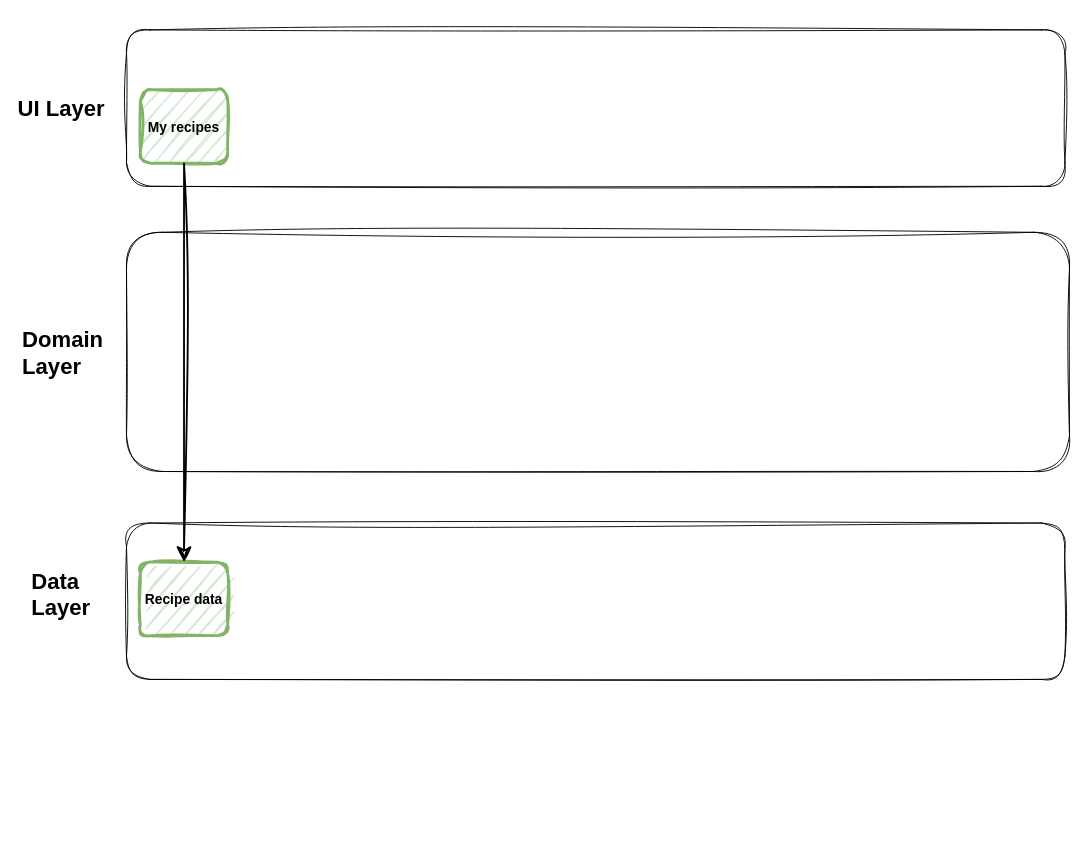
Above: page "Page-1" (1 of 3) of ArchitectureDiagram.drawio in commit-crimes/shelf-life (draw.io), before the change. Source tidied: cells renumbered, new cells numbered last; positions are measured from the earlier drawing's top-left corner, leaving out a move shared by most shapes. Both pictures are drawn from the tidied source at 92%, with x=0, y=0 at pixel (16, 29).
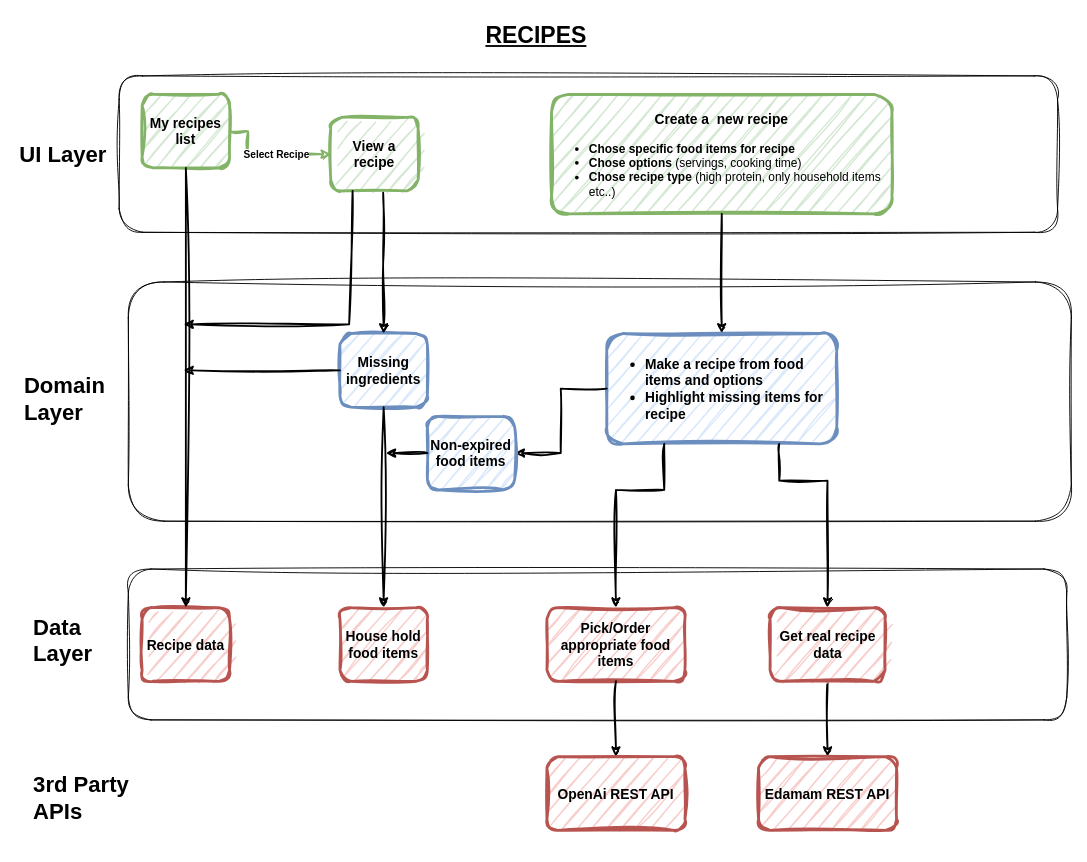
After the change.

Commit message:
docs: finish Architecture Diagram Recipes page

Change to the diagram source:
```diff
@@
     <mxCell id="2" style="rounded=1;whiteSpace=wrap;html=1;sketch=1;curveFitting=1;jiggle=2;" parent="1" vertex="1">
-      <mxGeometry x="120" width="1020" height="170" as="geometry" />
+      <mxGeometry x="112" y="50" width="1020" height="170" as="geometry" />
     </mxCell>
     <mxCell id="3" value="&lt;h1 style=&quot;margin-top: 0px;&quot;&gt;&lt;font&gt;UI Layer&lt;/font&gt;&lt;/h1&gt;" style="text;html=1;whiteSpace=wrap;overflow=hidden;rounded=0;sketch=1;curveFitting=1;jiggle=2;fontFamily=Helvetica;" parent="1" vertex="1">
-      <mxGeometry y="65" width="160" height="40" as="geometry" />
+      <mxGeometry x="2" y="115" width="160" height="40" as="geometry" />
     </mxCell>
     <mxCell id="4" style="rounded=1;whiteSpace=wrap;html=1;sketch=1;curveFitting=1;jiggle=2;" parent="1" vertex="1">
-      <mxGeometry x="120" y="220" width="1025" height="260" as="geometry" />
+      <mxGeometry x="122" y="274" width="1025" height="260" as="geometry" />
     </mxCell>
     <mxCell id="5" value="&lt;h1 style=&quot;margin-top: 0px;&quot;&gt;Domain Layer&lt;/h1&gt;" style="text;html=1;whiteSpace=wrap;overflow=hidden;rounded=0;" parent="1" vertex="1">
-      <mxGeometry x="5" y="316" width="160" height="76" as="geometry" />
+      <mxGeometry x="7" y="366" width="160" height="76" as="geometry" />
     </mxCell>
     <mxCell id="6" style="rounded=1;whiteSpace=wrap;html=1;sketch=1;curveFitting=1;jiggle=2;" parent="1" vertex="1">
-      <mxGeometry x="120" y="536" width="1020" height="170" as="geometry" />
+      <mxGeometry x="122" y="586" width="1020" height="164" as="geometry" />
     </mxCell>
     <mxCell id="7" value="&lt;h1 style=&quot;margin-top: 0px;&quot;&gt;Data Layer&amp;nbsp;&lt;/h1&gt;" style="text;html=1;whiteSpace=wrap;overflow=hidden;rounded=0;" parent="1" vertex="1">
-      <mxGeometry x="15" y="578.5" width="120" height="85" as="geometry" />
+      <mxGeometry x="17" y="628.5" width="120" height="85" as="geometry" />
     </mxCell>
+    <mxCell id="11" style="edgeStyle=orthogonalEdgeStyle;rounded=0;jettySize=auto;html=1;entryX=0;entryY=0.5;entryDx=0;entryDy=0;strokeWidth=2;fillColor=#d5e8d4;strokeColor=#82b366;sketch=1;curveFitting=1;jiggle=2;" parent="1" edge="1" source="8" target="13">
+      <mxGeometry relative="1" as="geometry">
+        <Array as="points">
+          <mxPoint x="252" y="110" />
+          <mxPoint x="252" y="135" />
+        </Array>
+      </mxGeometry>
+    </mxCell>
+    <mxCell id="12" value="&lt;b&gt;Select Recipe&lt;/b&gt;" style="edgeLabel;html=1;align=center;verticalAlign=middle;" parent="11" vertex="1">
+      <mxGeometry x="-0.29" relative="1" as="geometry">
+        <mxPoint x="27" as="offset" />
+      </mxGeometry>
+    </mxCell>
-    <mxCell id="8" value="&lt;h3 style=&quot;font-size: 15px;&quot;&gt;My recipes&lt;/h3&gt;" style="rounded=1;whiteSpace=wrap;html=1;fillColor=#d5e8d4;strokeColor=#82b366;fillStyle=hatch;strokeWidth=3;perimeterSpacing=0;sketch=1;curveFitting=1;jiggle=2;" parent="1" vertex="1">
-      <mxGeometry x="135" y="65" width="95" height="80" as="geometry" />
+    <mxCell id="8" value="&lt;h3 style=&quot;font-size: 15px;&quot;&gt;My recipes list&lt;/h3&gt;" style="rounded=1;whiteSpace=wrap;html=1;fillColor=#d5e8d4;strokeColor=#82b366;fillStyle=hatch;strokeWidth=3;perimeterSpacing=0;sketch=1;curveFitting=1;jiggle=2;" parent="1" vertex="1">
+      <mxGeometry x="137" y="70" width="95" height="80" as="geometry" />
     </mxCell>
-    <mxCell id="9" value="&lt;h3 style=&quot;font-size: 15px;&quot;&gt;Recipe data&lt;/h3&gt;" style="rounded=1;whiteSpace=wrap;html=1;fillColor=#d5e8d4;strokeColor=#82b366;fillStyle=hatch;strokeWidth=3;perimeterSpacing=0;sketch=1;curveFitting=1;jiggle=2;" parent="1" vertex="1">
-      <mxGeometry x="135" y="578.5" width="95" height="80" as="geometry" />
+    <mxCell id="9" value="&lt;h3 style=&quot;font-size: 15px;&quot;&gt;Recipe data&lt;/h3&gt;" style="rounded=1;whiteSpace=wrap;html=1;fillColor=#f8cecc;strokeColor=#b85450;fillStyle=hatch;strokeWidth=3;perimeterSpacing=0;sketch=1;curveFitting=1;jiggle=2;" parent="1" vertex="1">
+      <mxGeometry x="137" y="628" width="95" height="80" as="geometry" />
     </mxCell>
-    <mxCell id="10" style="endArrow=classic;html=1;rounded=0;exitX=0.5;exitY=1;exitDx=0;exitDy=0;entryX=0.5;entryY=0;entryDx=0;entryDy=0;spacingTop=0;fontSize=1;horizontal=1;strokeWidth=2;targetPerimeterSpacing=0;endSize=12;startSize=5;jumpSize=6;sketch=1;curveFitting=1;jiggle=2;" parent="1" edge="1" source="8" target="9">
+    <mxCell id="10" style="endArrow=classic;html=1;rounded=0;entryX=0.5;entryY=0;entryDx=0;entryDy=0;spacingTop=0;fontSize=1;horizontal=1;strokeWidth=2;endSize=6;startSize=5;jumpSize=6;sketch=1;curveFitting=1;jiggle=2;exitX=0.5;exitY=1;exitDx=0;exitDy=0;sourcePerimeterSpacing=0;" parent="1" edge="1" source="8" target="9">
       <mxGeometry relative="1" as="geometry" />
     </mxCell>
+    <mxCell id="13" value="&lt;h3 style=&quot;font-size: 15px;&quot;&gt;View a recipe&lt;/h3&gt;" style="rounded=1;whiteSpace=wrap;html=1;fillColor=#d5e8d4;strokeColor=#82b366;fillStyle=hatch;strokeWidth=3;perimeterSpacing=0;sketch=1;curveFitting=1;jiggle=2;" parent="1" vertex="1">
+      <mxGeometry x="342" y="95" width="95" height="80" as="geometry" />
+    </mxCell>
+    <mxCell id="14" value="&lt;h3 style=&quot;font-size: 15px;&quot;&gt;Missing ingredients&lt;/h3&gt;" style="rounded=1;whiteSpace=wrap;html=1;fillColor=#dae8fc;strokeColor=#6c8ebf;fillStyle=hatch;strokeWidth=3;perimeterSpacing=0;sketch=1;curveFitting=1;jiggle=2;" parent="1" vertex="1">
+      <mxGeometry x="352" y="330" width="95" height="80" as="geometry" />
+    </mxCell>
+    <mxCell id="15" style="edgeStyle=orthogonalEdgeStyle;rounded=0;jettySize=auto;html=1;strokeWidth=2;sketch=1;curveFitting=1;jiggle=2;exitX=0.5;exitY=1;exitDx=0;exitDy=0;" parent="1" edge="1" source="14" target="16">
+      <mxGeometry relative="1" as="geometry" />
+    </mxCell>
+    <mxCell id="16" value="&lt;h3 style=&quot;font-size: 15px;&quot;&gt;House hold food items&lt;/h3&gt;" style="rounded=1;whiteSpace=wrap;html=1;fillColor=#f8cecc;strokeColor=#b85450;fillStyle=hatch;strokeWidth=3;perimeterSpacing=0;sketch=1;curveFitting=1;jiggle=2;" parent="1" vertex="1">
+      <mxGeometry x="352" y="628" width="95" height="80" as="geometry" />
+    </mxCell>
+    <mxCell id="17" value="&lt;h3 style=&quot;font-size: 15px;&quot;&gt;Create a&amp;nbsp; new recipe&lt;/h3&gt;&lt;div style=&quot;font-size: 13px;&quot;&gt;&lt;ul style=&quot;font-weight: 700;&quot;&gt;&lt;li style=&quot;text-align: left;&quot;&gt;Chose specific food items for recipe&lt;/li&gt;&lt;li style=&quot;text-align: left;&quot;&gt;Chose options&amp;nbsp;&lt;span style=&quot;font-weight: normal;&quot;&gt;(servings, cooking time)&lt;/span&gt;&lt;/li&gt;&lt;li style=&quot;text-align: left;&quot;&gt;Chose recipe type&amp;nbsp;&lt;span style=&quot;font-weight: normal;&quot;&gt;(high protein, only household items etc..)&lt;/span&gt;&lt;/li&gt;&lt;/ul&gt;&lt;/div&gt;" style="rounded=1;whiteSpace=wrap;html=1;fillColor=#d5e8d4;strokeColor=#82b366;fillStyle=hatch;strokeWidth=3;perimeterSpacing=0;sketch=1;curveFitting=1;jiggle=2;" parent="1" vertex="1">
+      <mxGeometry x="582" y="70" width="370" height="130" as="geometry" />
+    </mxCell>
+    <mxCell id="18" style="edgeStyle=orthogonalEdgeStyle;rounded=0;jettySize=auto;html=1;strokeWidth=2;sketch=1;curveFitting=1;jiggle=2;exitX=0.5;exitY=1;exitDx=0;exitDy=0;" parent="1" edge="1" source="17" target="19">
+      <mxGeometry relative="1" as="geometry" />
+    </mxCell>
+    <mxCell id="19" value="&lt;h3 style=&quot;font-size: 15px;&quot;&gt;&lt;div style=&quot;&quot;&gt;&lt;ul&gt;&lt;li&gt;Make a recipe from food items and options&lt;/li&gt;&lt;li&gt;Highlight missing items for recipe&lt;/li&gt;&lt;/ul&gt;&lt;/div&gt;&lt;/h3&gt;" style="rounded=1;whiteSpace=wrap;html=1;fillColor=#dae8fc;strokeColor=#6c8ebf;fillStyle=hatch;strokeWidth=3;perimeterSpacing=0;sketch=1;curveFitting=1;jiggle=2;align=left;" parent="1" vertex="1">
+      <mxGeometry x="642" y="330" width="250" height="120" as="geometry" />
+    </mxCell>
+    <mxCell id="20" style="endArrow=classic;html=1;rounded=0;sketch=1;curveFitting=1;jiggle=2;strokeWidth=2;exitX=0;exitY=0.5;exitDx=0;exitDy=0;" parent="1" edge="1" source="14">
+      <mxGeometry relative="1" as="geometry">
+        <mxPoint x="182" y="370" as="targetPoint" />
+      </mxGeometry>
+    </mxCell>
+    <mxCell id="21" style="endArrow=classic;html=1;rounded=0;entryX=0.25;entryY=1;entryDx=0;entryDy=0;strokeWidth=2;sketch=1;curveFitting=1;jiggle=2;exitX=0.25;exitY=1;exitDx=0;exitDy=0;" parent="1" edge="1" source="13">
+      <mxGeometry relative="1" as="geometry">
+        <mxPoint x="182" y="320" as="targetPoint" />
+        <Array as="points">
+          <mxPoint x="362" y="320" />
+        </Array>
+      </mxGeometry>
+    </mxCell>
+    <mxCell id="22" style="edgeStyle=orthogonalEdgeStyle;rounded=0;jettySize=auto;html=1;strokeWidth=2;sketch=1;curveFitting=1;jiggle=2;exitX=0.6;exitY=1.025;exitDx=0;exitDy=0;exitPerimeter=0;" parent="1" edge="1" source="13" target="14">
+      <mxGeometry relative="1" as="geometry" />
+    </mxCell>
+    <mxCell id="23" style="edgeStyle=orthogonalEdgeStyle;rounded=0;jettySize=auto;html=1;strokeWidth=2;sketch=1;curveFitting=1;jiggle=2;exitX=0.25;exitY=1;exitDx=0;exitDy=0;" parent="1" edge="1" source="19" target="24">
+      <mxGeometry relative="1" as="geometry">
+        <Array as="points">
+          <mxPoint x="705" y="500" />
+          <mxPoint x="652" y="500" />
+        </Array>
+      </mxGeometry>
+    </mxCell>
+    <mxCell id="24" value="&lt;h3 style=&quot;font-size: 15px;&quot;&gt;&lt;span style=&quot;text-align: left;&quot;&gt;Pick/Order appropriate food items&lt;/span&gt;&lt;br&gt;&lt;/h3&gt;" style="rounded=1;whiteSpace=wrap;html=1;fillColor=#f8cecc;strokeColor=#b85450;fillStyle=hatch;strokeWidth=3;perimeterSpacing=0;sketch=1;curveFitting=1;jiggle=2;" parent="1" vertex="1">
+      <mxGeometry x="577" y="628" width="150" height="80" as="geometry" />
+    </mxCell>
+    <mxCell id="25" value="&lt;h1 style=&quot;margin-top: 0px;&quot;&gt;3rd Party APIs&lt;/h1&gt;" style="text;html=1;whiteSpace=wrap;overflow=hidden;rounded=0;" parent="1" vertex="1">
+      <mxGeometry x="17" y="800" width="120" height="85" as="geometry" />
+    </mxCell>
+    <mxCell id="26" style="edgeStyle=orthogonalEdgeStyle;rounded=0;jettySize=auto;html=1;strokeWidth=2;sketch=1;curveFitting=1;jiggle=2;exitX=0.5;exitY=1;exitDx=0;exitDy=0;" parent="1" edge="1" source="24" target="27">
+      <mxGeometry relative="1" as="geometry" />
+    </mxCell>
+    <mxCell id="27" value="&lt;h3 style=&quot;font-size: 15px;&quot;&gt;OpenAi REST API&lt;/h3&gt;" style="rounded=1;whiteSpace=wrap;html=1;fillColor=#f8cecc;strokeColor=#b85450;fillStyle=hatch;strokeWidth=3;perimeterSpacing=0;sketch=1;curveFitting=1;jiggle=2;" parent="1" vertex="1">
+      <mxGeometry x="577" y="790" width="150" height="80" as="geometry" />
+    </mxCell>
+    <mxCell id="28" style="edgeStyle=orthogonalEdgeStyle;rounded=0;jettySize=auto;html=1;strokeWidth=2;sketch=1;curveFitting=1;jiggle=2;exitX=0.5;exitY=1;exitDx=0;exitDy=0;" parent="1" edge="1" source="31" target="29">
+      <mxGeometry relative="1" as="geometry" />
+    </mxCell>
+    <mxCell id="29" value="&lt;h3 style=&quot;font-size: 15px;&quot;&gt;&lt;span style=&quot;background-color: initial;&quot;&gt;Edamam REST API&lt;/span&gt;&lt;br&gt;&lt;/h3&gt;" style="rounded=1;whiteSpace=wrap;html=1;fillColor=#f8cecc;strokeColor=#b85450;fillStyle=hatch;strokeWidth=3;perimeterSpacing=0;sketch=1;curveFitting=1;jiggle=2;" parent="1" vertex="1">
+      <mxGeometry x="807" y="790" width="150" height="80" as="geometry" />
+    </mxCell>
+    <mxCell id="30" style="edgeStyle=orthogonalEdgeStyle;rounded=0;jettySize=auto;html=1;strokeWidth=2;sketch=1;curveFitting=1;jiggle=2;exitX=0.75;exitY=1;exitDx=0;exitDy=0;" parent="1" edge="1" source="19" target="31">
+      <mxGeometry relative="1" as="geometry">
+        <Array as="points">
+          <mxPoint x="830" y="490" />
+          <mxPoint x="882" y="490" />
+        </Array>
+      </mxGeometry>
+    </mxCell>
+    <mxCell id="31" value="&lt;h3 style=&quot;font-size: 15px;&quot;&gt;&lt;span style=&quot;text-align: left;&quot;&gt;Get real recipe data&lt;/span&gt;&lt;br&gt;&lt;/h3&gt;" style="rounded=1;whiteSpace=wrap;html=1;fillColor=#f8cecc;strokeColor=#b85450;fillStyle=hatch;strokeWidth=3;perimeterSpacing=0;sketch=1;curveFitting=1;jiggle=2;" parent="1" vertex="1">
+      <mxGeometry x="819.5" y="628" width="125" height="80" as="geometry" />
+    </mxCell>
+    <mxCell id="32" style="edgeStyle=orthogonalEdgeStyle;rounded=0;jettySize=auto;html=1;strokeWidth=2;sketch=1;curveFitting=1;jiggle=2;exitX=0;exitY=0.5;exitDx=0;exitDy=0;" parent="1" edge="1" source="19" target="33">
+      <mxGeometry relative="1" as="geometry" />
+    </mxCell>
+    <mxCell id="33" value="&lt;h3 style=&quot;font-size: 15px;&quot;&gt;Non-expired food items&lt;/h3&gt;" style="rounded=1;whiteSpace=wrap;html=1;fillColor=#dae8fc;strokeColor=#6c8ebf;fillStyle=hatch;strokeWidth=3;perimeterSpacing=0;sketch=1;curveFitting=1;jiggle=2;" parent="1" vertex="1">
+      <mxGeometry x="447" y="420" width="95" height="80" as="geometry" />
+    </mxCell>
+    <mxCell id="34" style="endArrow=classic;html=1;rounded=0;entryX=0;entryY=0.5;entryDx=0;entryDy=0;strokeWidth=2;sketch=1;curveFitting=1;jiggle=2;exitX=0;exitY=0.5;exitDx=0;exitDy=0;" parent="1" edge="1" source="33">
+      <mxGeometry relative="1" as="geometry">
+        <mxPoint x="402" y="460" as="targetPoint" />
+      </mxGeometry>
+    </mxCell>
+    <mxCell id="35" value="&lt;span style=&quot;font-size: 25px;&quot;&gt;RECIPES&lt;/span&gt;" style="text;html=1;align=center;verticalAlign=middle;strokeColor=none;fillColor=none;fontSize=25;fontStyle=5;" parent="1" vertex="1">
+      <mxGeometry x="500" y="-15" width="130" height="40" as="geometry" />
+    </mxCell>
```
